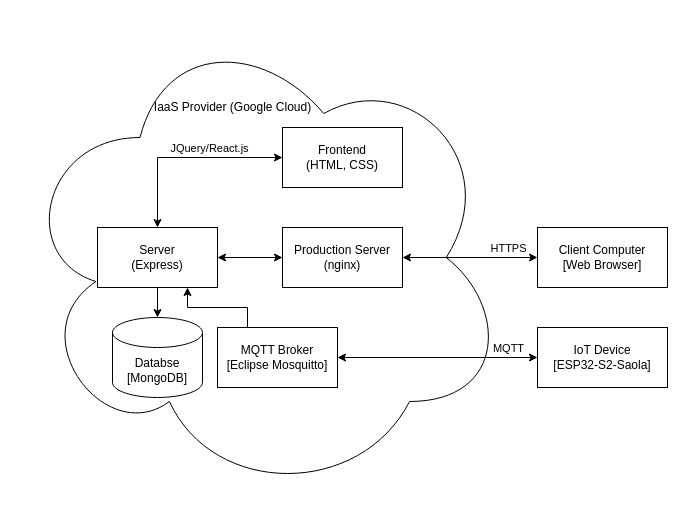
Earlier version of the draw.io diagram documentation/block diagrams/solution architecture v1.drawio (armando-jp/ecen5033-devops-final). Source tidied: cells renumbered, new cells numbered last; positions are measured from the earlier drawing's top-left corner, leaving out a move shared by most shapes. Both pictures are drawn from the tidied source at 100%, with x=0, y=0 at pixel (17, 17).
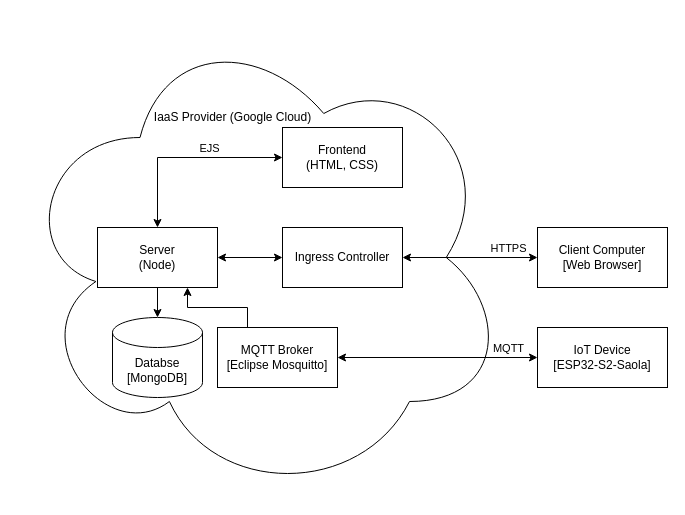
The same diagram, later.

What changed in the source:
```diff
@@
     <mxCell id="6" value="IaaS Provider (Google Cloud)" style="text;html=1;align=center;verticalAlign=middle;strokeColor=none;fillColor=none;" parent="1" vertex="1">
-      <mxGeometry x="130" y="80" width="170" height="20" as="geometry" />
+      <mxGeometry x="130" y="90" width="170" height="20" as="geometry" />
     </mxCell>
@@
-    <mxCell id="9" value="Server&lt;br&gt;(Express)" style="rounded=0;whiteSpace=wrap;html=1;" parent="1" vertex="1">
+    <mxCell id="9" value="Server&lt;br&gt;(Node)" style="rounded=0;whiteSpace=wrap;html=1;" parent="1" vertex="1">
       <mxGeometry x="80" y="210" width="120" height="60" as="geometry" />
     </mxCell>
@@
-    <mxCell id="15" value="Production Server (nginx)" style="rounded=0;whiteSpace=wrap;html=1;" parent="1" vertex="1">
+    <mxCell id="15" value="Ingress Controller" style="rounded=0;whiteSpace=wrap;html=1;" parent="1" vertex="1">
       <mxGeometry x="265" y="210" width="120" height="60" as="geometry" />
     </mxCell>
@@
-    <mxCell id="19" value="JQuery/React.js" style="edgeLabel;html=1;align=center;verticalAlign=middle;" parent="1" vertex="1">
+    <mxCell id="19" value="EJS" style="edgeLabel;html=1;align=center;verticalAlign=middle;" parent="1" vertex="1">
       <mxGeometry x="205" y="130" as="geometry">
         <mxPoint x="-14" as="offset" />
       </mxGeometry>
     </mxCell>
```
